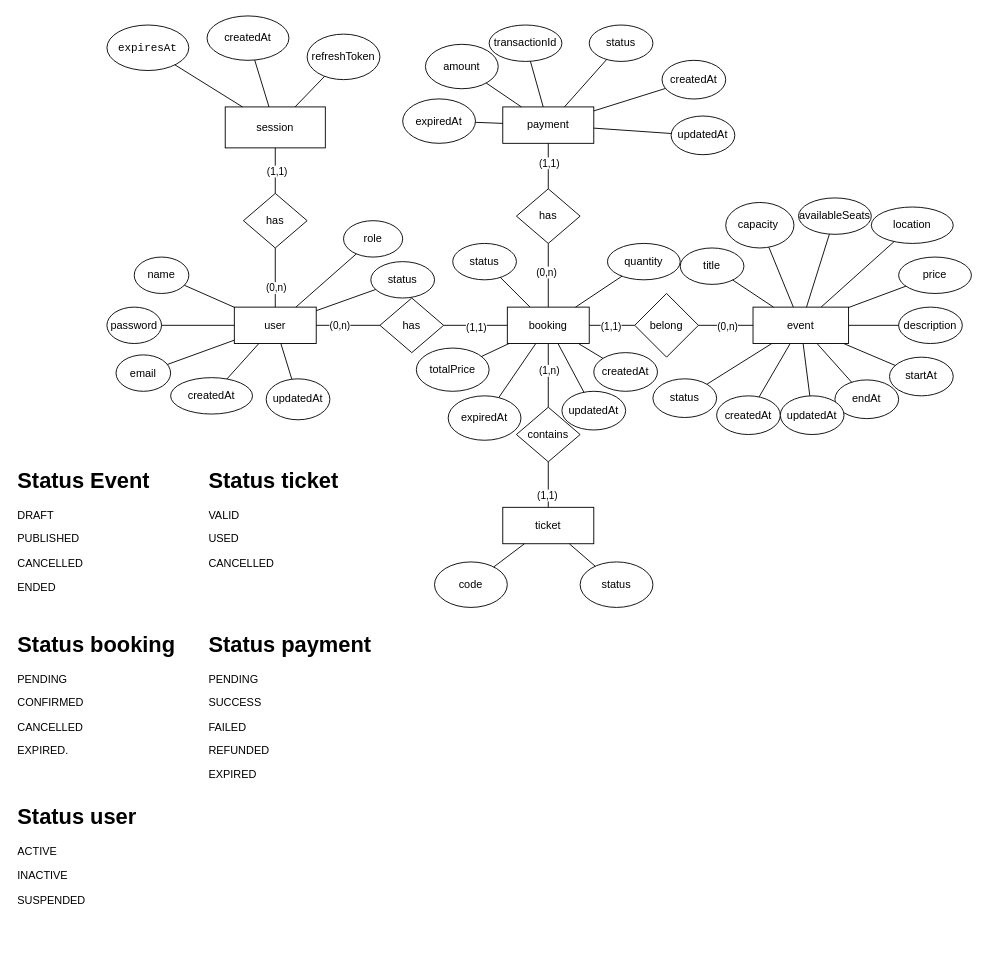
Earlier version of the draw.io diagram docs/erd.drawio (Cuongzip/event-booking-api). Source tidied: cells renumbered, new cells numbered last; positions are measured from the earlier drawing's top-left corner, leaving out a move shared by most shapes. Both pictures are drawn from the tidied source at 91%, with x=0, y=0 at pixel (15, 15).
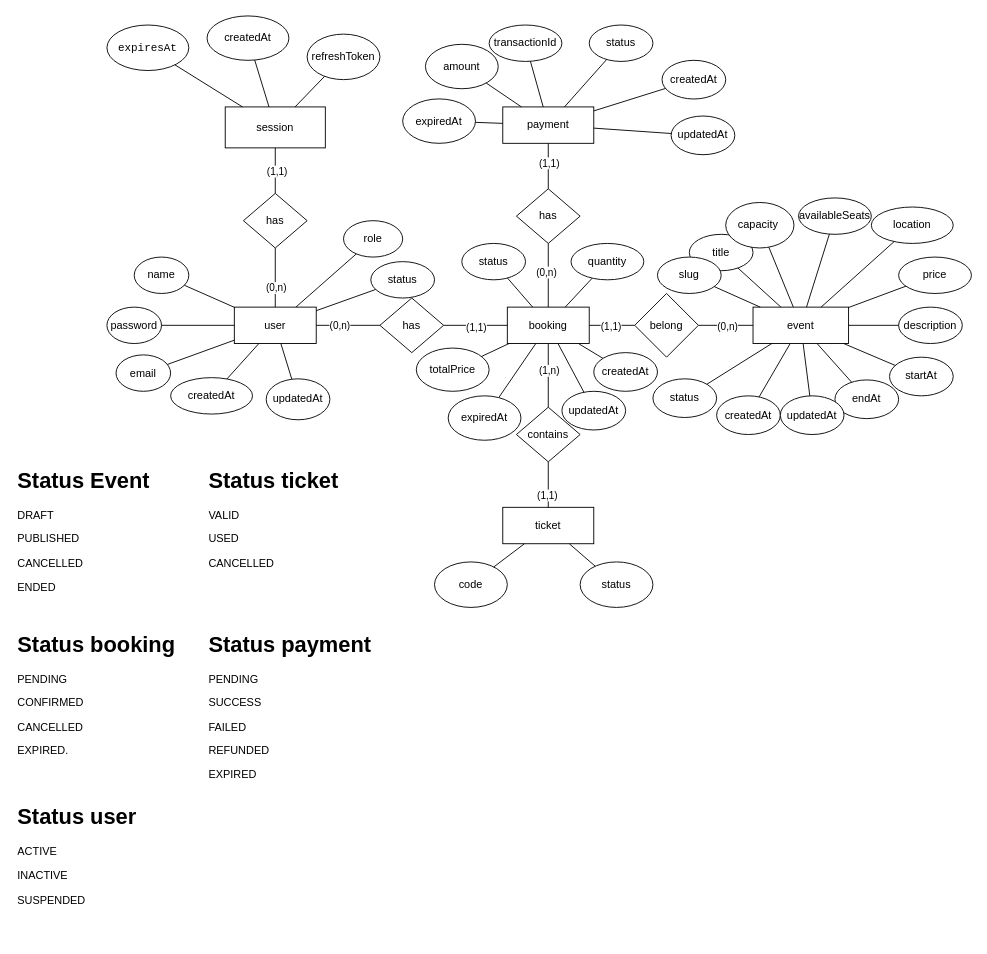
After the change.

The change refers to these unchanged cells:
```xml
<mxCell id="3" value="event" style="rounded=0;whiteSpace=wrap;html=1;" parent="1" vertex="1">
  <mxGeometry x="810" y="320" width="105" height="40" as="geometry" />
</mxCell>
```

The edit, as a diff of the source:
```diff
@@
     <mxCell id="45" value="quantity" style="ellipse;whiteSpace=wrap;html=1;" parent="1" vertex="1">
-      <mxGeometry x="650" y="250" width="80" height="40" as="geometry" />
+      <mxGeometry x="610" y="250" width="80" height="40" as="geometry" />
     </mxCell>
@@
     <mxCell id="47" value="status" style="ellipse;whiteSpace=wrap;html=1;" parent="1" vertex="1">
-      <mxGeometry x="480" y="250" width="70" height="40" as="geometry" />
+      <mxGeometry x="490" y="250" width="70" height="40" as="geometry" />
     </mxCell>
@@
     <mxCell id="55" value="title" style="ellipse;whiteSpace=wrap;html=1;" parent="1" vertex="1">
-      <mxGeometry x="730" y="255" width="70" height="40" as="geometry" />
+      <mxGeometry x="740" y="240" width="70" height="40" as="geometry" />
     </mxCell>
@@
+    <mxCell id="108" value="slug" style="ellipse;whiteSpace=wrap;html=1;" parent="1" vertex="1">
+      <mxGeometry x="705" y="265" width="70" height="40" as="geometry" />
+    </mxCell>
+    <mxCell id="109" style="endArrow=none;html=1;rounded=0;" parent="1" edge="1" source="108" target="3">
+      <mxGeometry relative="1" as="geometry" />
+    </mxCell>
```
